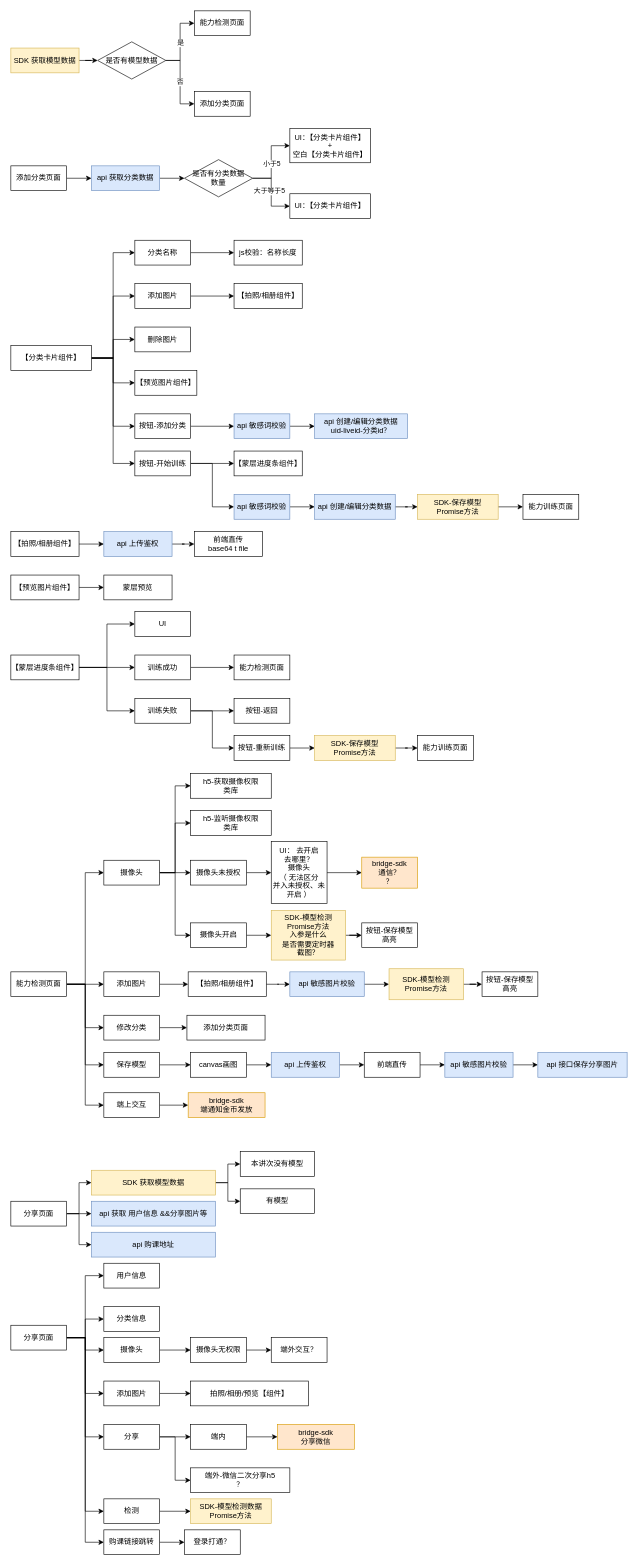
Earlier version of the draw.io diagram page "物品识别" (9 of 9) of my-project/未命名绘图.drawio (gmtaurus/ceshi). Source tidied: cells renumbered, new cells numbered last; positions are measured from the earlier drawing's top-left corner, leaving out a move shared by most shapes. Both pictures are drawn from the tidied source at 62%, with x=0, y=0 at pixel (11, 11).
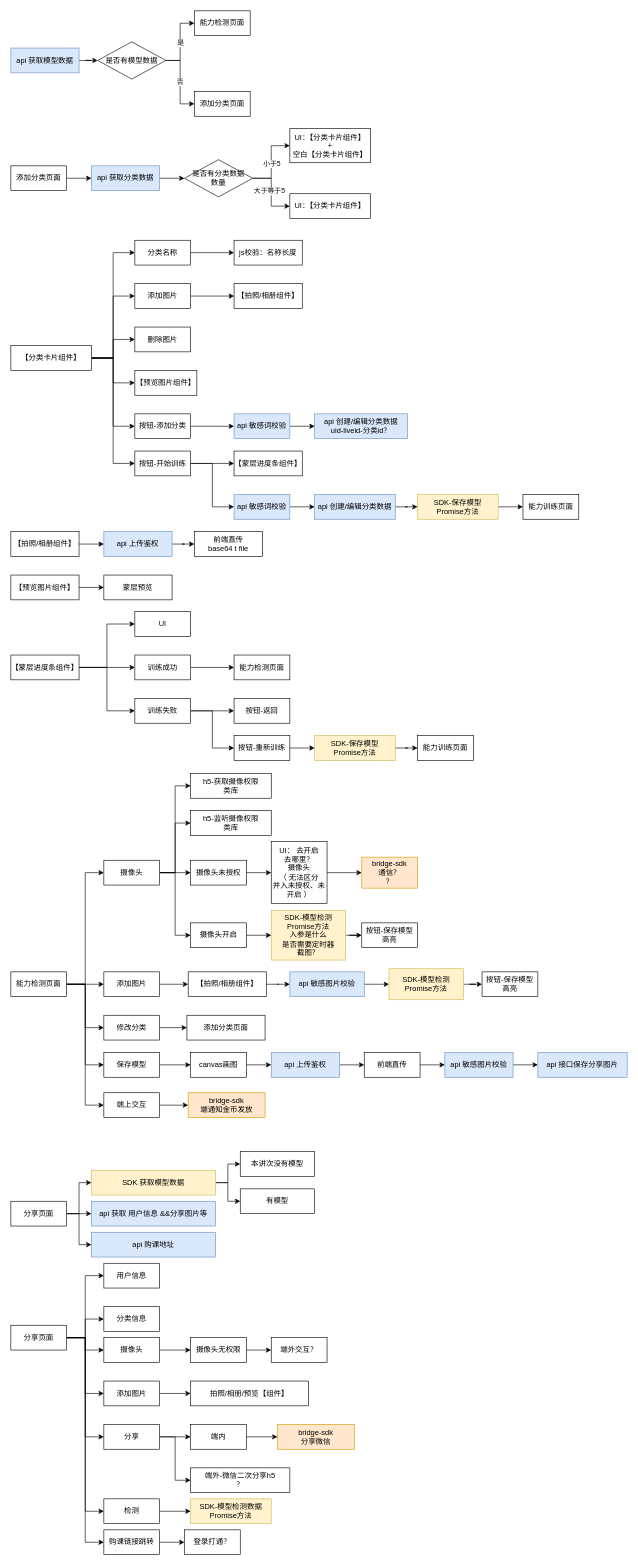
The same diagram, later.

Commit message:
更新未命名绘图.drawio

What changed in the source:
```diff
@@
-    <mxCell id="28" value="SDK 获取模型数据" style="rounded=0;whiteSpace=wrap;html=1;fillColor=#fff2cc;strokeColor=#d6b656;" parent="1" vertex="1">
+    <mxCell id="28" value="api&amp;nbsp;获取模型数据" style="rounded=0;whiteSpace=wrap;html=1;fillColor=#dae8fc;strokeColor=#6c8ebf;" parent="1" vertex="1">
       <mxGeometry y="60" width="110" height="40" as="geometry" />
     </mxCell>
```
